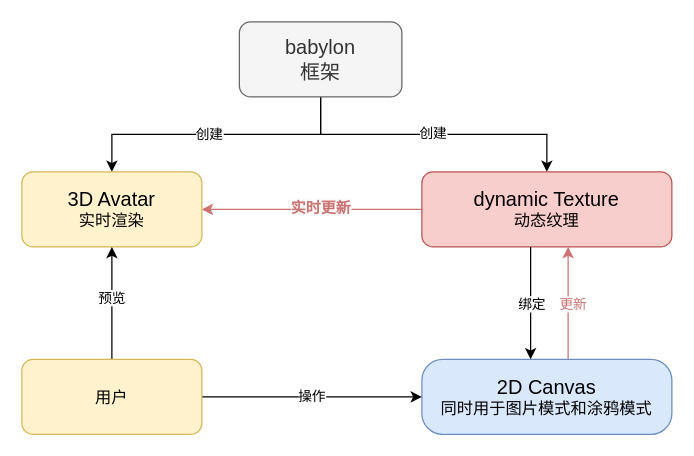
Above: new_diy_process.drawio in SkylarShuang/learnSM (draw.io), before the change. Source tidied: cells renumbered, new cells numbered last; positions are measured from the earlier drawing's top-left corner, leaving out a move shared by most shapes. Both pictures are drawn from the tidied source at 125%, with x=0, y=0 at pixel (21, 21).
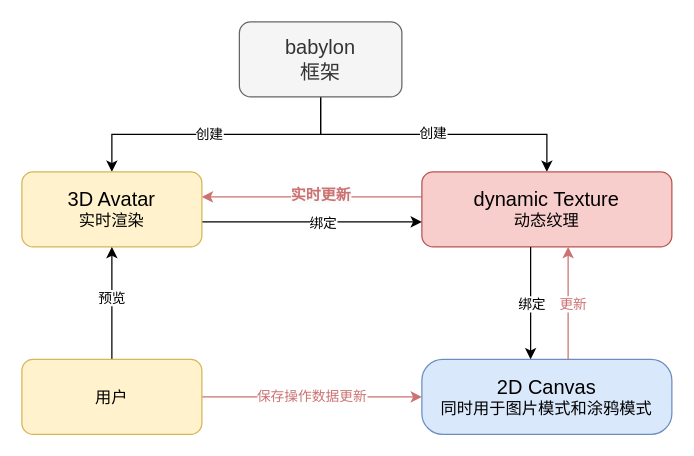
Above is the later version.

Unchanged cells that the change refers to:
```xml
<mxCell id="9" value="&lt;font style=&quot;&quot;&gt;&lt;font style=&quot;font-size: 16px;&quot;&gt;2D Canvas&lt;br&gt;&lt;/font&gt;&lt;font style=&quot;font-size: 13px;&quot;&gt;同时用于图片模式和涂鸦模式&lt;/font&gt;&lt;br&gt;&lt;/font&gt;" style="rounded=1;whiteSpace=wrap;html=1;fillColor=#dae8fc;strokeColor=#6c8ebf;arcSize=28;" parent="1" vertex="1">
  <mxGeometry x="320" y="270" width="200" height="60" as="geometry" />
</mxCell>
<mxCell id="12" value="&lt;font style=&quot;&quot;&gt;&lt;span style=&quot;font-size: 16px;&quot;&gt;dynamic Texture&lt;/span&gt;&lt;br&gt;&lt;font style=&quot;font-size: 13px;&quot;&gt;动态纹理&lt;/font&gt;&lt;br&gt;&lt;/font&gt;" style="rounded=1;whiteSpace=wrap;html=1;fillColor=#f8cecc;strokeColor=#b85450;" parent="1" vertex="1">
  <mxGeometry x="320" y="120" width="200" height="60" as="geometry" />
</mxCell>
<mxCell id="13" value="&lt;font style=&quot;&quot;&gt;&lt;span style=&quot;font-size: 16px;&quot;&gt;3D Avatar&lt;/span&gt;&lt;br&gt;&lt;font style=&quot;font-size: 13px;&quot;&gt;实时渲染&lt;/font&gt;&lt;br&gt;&lt;/font&gt;" style="rounded=1;whiteSpace=wrap;html=1;fillColor=#fff2cc;strokeColor=#d6b656;" parent="1" vertex="1">
  <mxGeometry y="120" width="144" height="60" as="geometry" />
</mxCell>
<mxCell id="19" value="&lt;font style=&quot;&quot;&gt;&lt;font style=&quot;font-size: 13px;&quot;&gt;用户&lt;/font&gt;&lt;br&gt;&lt;/font&gt;" style="rounded=1;whiteSpace=wrap;html=1;fillColor=#fff2cc;strokeColor=#d6b656;" parent="1" vertex="1">
  <mxGeometry y="270" width="144" height="60" as="geometry" />
</mxCell>
```

Diff of the diagram source:
```diff
@@
-    <mxCell id="10" style="edgeStyle=orthogonalEdgeStyle;rounded=0;jettySize=auto;html=1;strokeColor=#CB7272;" parent="1" edge="1" source="12" target="13">
-      <mxGeometry relative="1" as="geometry" />
+    <mxCell id="10" style="edgeStyle=orthogonalEdgeStyle;rounded=0;orthogonalLoop=1;jettySize=auto;html=1;strokeColor=#CB7272;" parent="1" edge="1">
+      <mxGeometry relative="1" as="geometry">
+        <mxPoint x="320" y="140" as="sourcePoint" />
+        <mxPoint x="144" y="140" as="targetPoint" />
+      </mxGeometry>
     </mxCell>
@@
+    <mxCell id="20" style="edgeStyle=orthogonalEdgeStyle;rounded=0;orthogonalLoop=1;jettySize=auto;html=1;" parent="1" edge="1">
+      <mxGeometry relative="1" as="geometry">
+        <mxPoint x="144" y="160" as="sourcePoint" />
+        <mxPoint x="320" y="160" as="targetPoint" />
+      </mxGeometry>
+    </mxCell>
+    <mxCell id="21" value="绑定" style="edgeLabel;html=1;align=center;verticalAlign=middle;" parent="20" vertex="1">
+      <mxGeometry x="0.09" relative="1" as="geometry" />
+    </mxCell>
@@
-    <mxCell id="16" value="操作" style="edgeStyle=orthogonalEdgeStyle;rounded=0;jettySize=auto;html=1;entryX=0;entryY=0.5;entryDx=0;entryDy=0;" parent="1" edge="1" source="19" target="9">
+    <mxCell id="16" value="&lt;font color=&quot;#cb7272&quot;&gt;保存操作数据更新&lt;/font&gt;" style="edgeStyle=orthogonalEdgeStyle;rounded=0;jettySize=auto;html=1;entryX=0;entryY=0.5;entryDx=0;entryDy=0;strokeColor=#CB7272;" parent="1" edge="1" source="19" target="9">
       <mxGeometry relative="1" as="geometry">
         <Array as="points">
           <mxPoint x="230" y="300" />
           <mxPoint x="230" y="300" />
         </Array>
       </mxGeometry>
     </mxCell>
```
